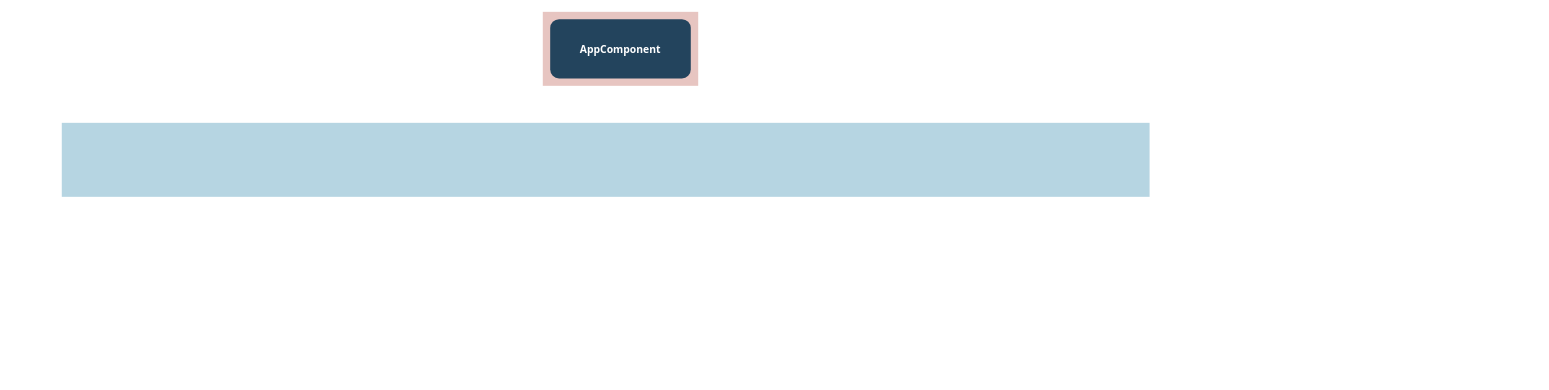
Earlier version of the draw.io diagram Diagrama de componentes Angular.drawio (diegorus92/CalculadoraSueldoGuardias). Source tidied: cells renumbered, new cells numbered last; positions are measured from the earlier drawing's top-left corner, leaving out a move shared by most shapes. Both pictures are drawn from the tidied source at 74%, with x=0, y=0 at pixel (61, 12).
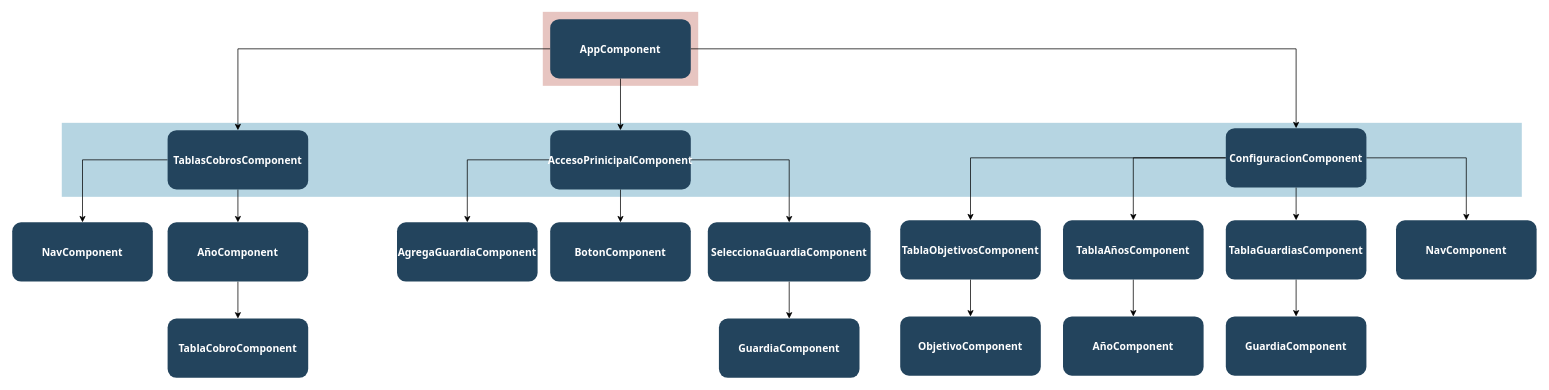
After the change.

Commit message (it also covers changes not shown here):
diagrama actualizado y configuración actualizada

Unchanged cells that the change refers to:
```xml
<mxCell id="4" value="AppComponent" style="rounded=1;fillColor=#23445D;gradientColor=none;strokeColor=none;fontColor=#FFFFFF;fontStyle=1;fontFamily=Tahoma;fontSize=14;" parent="1" vertex="1">
  <mxGeometry x="660" y="9.5" width="190" height="80" as="geometry" />
</mxCell>
```

Change to the diagram source:
```diff
@@
     <mxCell id="3" style="fillColor=#10739E;strokeColor=none;opacity=30;" parent="1" vertex="1">
-      <mxGeometry y="149.5" width="1470" height="100" as="geometry" />
+      <mxGeometry y="149.5" width="1973" height="100" as="geometry" />
     </mxCell>
+    <mxCell id="5" style="edgeStyle=orthogonalEdgeStyle;rounded=0;jettySize=auto;html=1;exitX=0.5;exitY=1;exitDx=0;exitDy=0;" parent="1" edge="1" source="4" target="11">
+      <mxGeometry relative="1" as="geometry" />
+    </mxCell>
+    <mxCell id="6" style="edgeStyle=orthogonalEdgeStyle;rounded=0;jettySize=auto;html=1;exitX=0;exitY=0.5;exitDx=0;exitDy=0;entryX=0.5;entryY=0;entryDx=0;entryDy=0;" parent="1" edge="1" source="4" target="19">
+      <mxGeometry relative="1" as="geometry" />
+    </mxCell>
+    <mxCell id="7" style="edgeStyle=orthogonalEdgeStyle;rounded=0;jettySize=auto;html=1;exitX=1;exitY=0.5;exitDx=0;exitDy=0;entryX=0.5;entryY=0;entryDx=0;entryDy=0;" parent="1" edge="1" source="4" target="28">
+      <mxGeometry relative="1" as="geometry" />
+    </mxCell>
@@
+    <mxCell id="8" style="edgeStyle=orthogonalEdgeStyle;rounded=0;jettySize=auto;html=1;exitX=0.5;exitY=1;exitDx=0;exitDy=0;entryX=0.5;entryY=0;entryDx=0;entryDy=0;" parent="1" edge="1" source="11" target="12">
+      <mxGeometry relative="1" as="geometry" />
+    </mxCell>
+    <mxCell id="9" style="edgeStyle=orthogonalEdgeStyle;rounded=0;jettySize=auto;html=1;exitX=0;exitY=0.5;exitDx=0;exitDy=0;" parent="1" edge="1" source="11" target="13">
+      <mxGeometry relative="1" as="geometry" />
+    </mxCell>
+    <mxCell id="10" style="edgeStyle=orthogonalEdgeStyle;rounded=0;jettySize=auto;html=1;exitX=1;exitY=0.5;exitDx=0;exitDy=0;" parent="1" edge="1" source="11" target="15">
+      <mxGeometry relative="1" as="geometry" />
+    </mxCell>
+    <mxCell id="11" value="AccesoPrinicipalComponent" style="rounded=1;fillColor=#23445D;gradientColor=none;strokeColor=none;fontColor=#FFFFFF;fontStyle=1;fontFamily=Tahoma;fontSize=14;" parent="1" vertex="1">
+      <mxGeometry x="660" y="159.5" width="190" height="80" as="geometry" />
+    </mxCell>
+    <mxCell id="12" value="BotonComponent" style="rounded=1;fillColor=#23445D;gradientColor=none;strokeColor=none;fontColor=#FFFFFF;fontStyle=1;fontFamily=Tahoma;fontSize=14;" parent="1" vertex="1">
+      <mxGeometry x="660" y="284" width="190" height="80" as="geometry" />
+    </mxCell>
+    <mxCell id="13" value="AgregaGuardiaComponent" style="rounded=1;fillColor=#23445D;gradientColor=none;strokeColor=none;fontColor=#FFFFFF;fontStyle=1;fontFamily=Tahoma;fontSize=14;" parent="1" vertex="1">
+      <mxGeometry x="453" y="284" width="190" height="80" as="geometry" />
+    </mxCell>
+    <mxCell id="14" style="edgeStyle=orthogonalEdgeStyle;rounded=0;jettySize=auto;html=1;exitX=0.5;exitY=1;exitDx=0;exitDy=0;entryX=0.5;entryY=0;entryDx=0;entryDy=0;" parent="1" edge="1" source="15" target="16">
+      <mxGeometry relative="1" as="geometry" />
+    </mxCell>
+    <mxCell id="15" value="SeleccionaGuardiaComponent" style="rounded=1;fillColor=#23445D;gradientColor=none;strokeColor=none;fontColor=#FFFFFF;fontStyle=1;fontFamily=Tahoma;fontSize=14;" parent="1" vertex="1">
+      <mxGeometry x="873" y="284" width="220" height="80" as="geometry" />
+    </mxCell>
+    <mxCell id="16" value="GuardiaComponent" style="rounded=1;fillColor=#23445D;gradientColor=none;strokeColor=none;fontColor=#FFFFFF;fontStyle=1;fontFamily=Tahoma;fontSize=14;" parent="1" vertex="1">
+      <mxGeometry x="888" y="414" width="190" height="80" as="geometry" />
+    </mxCell>
+    <mxCell id="17" style="edgeStyle=orthogonalEdgeStyle;rounded=0;jettySize=auto;html=1;exitX=0.5;exitY=1;exitDx=0;exitDy=0;" parent="1" edge="1" source="19" target="21">
+      <mxGeometry relative="1" as="geometry" />
+    </mxCell>
+    <mxCell id="18" style="edgeStyle=orthogonalEdgeStyle;rounded=0;jettySize=auto;html=1;exitX=0;exitY=0.5;exitDx=0;exitDy=0;entryX=0.5;entryY=0;entryDx=0;entryDy=0;" parent="1" edge="1" source="19" target="23">
+      <mxGeometry relative="1" as="geometry" />
+    </mxCell>
+    <mxCell id="19" value="TablasCobrosComponent" style="rounded=1;fillColor=#23445D;gradientColor=none;strokeColor=none;fontColor=#FFFFFF;fontStyle=1;fontFamily=Tahoma;fontSize=14;" parent="1" vertex="1">
+      <mxGeometry x="143" y="159.5" width="190" height="80" as="geometry" />
+    </mxCell>
+    <mxCell id="20" style="edgeStyle=orthogonalEdgeStyle;rounded=0;jettySize=auto;html=1;exitX=0.5;exitY=1;exitDx=0;exitDy=0;entryX=0.5;entryY=0;entryDx=0;entryDy=0;" parent="1" edge="1" source="21" target="22">
+      <mxGeometry relative="1" as="geometry" />
+    </mxCell>
+    <mxCell id="21" value="AñoComponent" style="rounded=1;fillColor=#23445D;gradientColor=none;strokeColor=none;fontColor=#FFFFFF;fontStyle=1;fontFamily=Tahoma;fontSize=14;" parent="1" vertex="1">
+      <mxGeometry x="143" y="284" width="190" height="80" as="geometry" />
+    </mxCell>
+    <mxCell id="22" value="TablaCobroComponent" style="rounded=1;fillColor=#23445D;gradientColor=none;strokeColor=none;fontColor=#FFFFFF;fontStyle=1;fontFamily=Tahoma;fontSize=14;" parent="1" vertex="1">
+      <mxGeometry x="143" y="414" width="190" height="80" as="geometry" />
+    </mxCell>
+    <mxCell id="23" value="NavComponent" style="rounded=1;fillColor=#23445D;gradientColor=none;strokeColor=none;fontColor=#FFFFFF;fontStyle=1;fontFamily=Tahoma;fontSize=14;" parent="1" vertex="1">
+      <mxGeometry x="-67" y="284" width="190" height="80" as="geometry" />
+    </mxCell>
+    <mxCell id="24" style="edgeStyle=orthogonalEdgeStyle;rounded=0;jettySize=auto;html=1;exitX=1;exitY=0.5;exitDx=0;exitDy=0;entryX=0.5;entryY=0;entryDx=0;entryDy=0;" parent="1" edge="1" source="28" target="29">
+      <mxGeometry relative="1" as="geometry" />
+    </mxCell>
+    <mxCell id="25" style="edgeStyle=orthogonalEdgeStyle;rounded=0;jettySize=auto;html=1;exitX=0.5;exitY=1;exitDx=0;exitDy=0;entryX=0.5;entryY=0;entryDx=0;entryDy=0;" parent="1" edge="1" source="28" target="31">
+      <mxGeometry relative="1" as="geometry" />
+    </mxCell>
+    <mxCell id="26" style="edgeStyle=orthogonalEdgeStyle;rounded=0;jettySize=auto;html=1;exitX=0;exitY=0.5;exitDx=0;exitDy=0;entryX=0.5;entryY=0;entryDx=0;entryDy=0;" parent="1" edge="1" source="28" target="34">
+      <mxGeometry relative="1" as="geometry" />
+    </mxCell>
+    <mxCell id="27" style="edgeStyle=orthogonalEdgeStyle;rounded=0;jettySize=auto;html=1;exitX=0;exitY=0.5;exitDx=0;exitDy=0;" parent="1" edge="1" source="28" target="37">
+      <mxGeometry relative="1" as="geometry" />
+    </mxCell>
+    <mxCell id="28" value="ConfiguracionComponent" style="rounded=1;fillColor=#23445D;gradientColor=none;strokeColor=none;fontColor=#FFFFFF;fontStyle=1;fontFamily=Tahoma;fontSize=14;" parent="1" vertex="1">
+      <mxGeometry x="1573" y="156.8" width="190" height="80" as="geometry" />
+    </mxCell>
+    <mxCell id="29" value="NavComponent" style="rounded=1;fillColor=#23445D;gradientColor=none;strokeColor=none;fontColor=#FFFFFF;fontStyle=1;fontFamily=Tahoma;fontSize=14;" parent="1" vertex="1">
+      <mxGeometry x="1803" y="281.2" width="190" height="80" as="geometry" />
+    </mxCell>
+    <mxCell id="30" style="edgeStyle=orthogonalEdgeStyle;rounded=0;jettySize=auto;html=1;exitX=0.5;exitY=1;exitDx=0;exitDy=0;entryX=0.5;entryY=0;entryDx=0;entryDy=0;" parent="1" edge="1" source="31" target="32">
+      <mxGeometry relative="1" as="geometry" />
+    </mxCell>
+    <mxCell id="31" value="TablaGuardiasComponent" style="rounded=1;fillColor=#23445D;gradientColor=none;strokeColor=none;fontColor=#FFFFFF;fontStyle=1;fontFamily=Tahoma;fontSize=14;" parent="1" vertex="1">
+      <mxGeometry x="1573" y="281.2" width="190" height="80" as="geometry" />
+    </mxCell>
+    <mxCell id="32" value="GuardiaComponent" style="rounded=1;fillColor=#23445D;gradientColor=none;strokeColor=none;fontColor=#FFFFFF;fontStyle=1;fontFamily=Tahoma;fontSize=14;" parent="1" vertex="1">
+      <mxGeometry x="1573" y="411.2" width="190" height="80" as="geometry" />
+    </mxCell>
+    <mxCell id="33" style="edgeStyle=orthogonalEdgeStyle;rounded=0;jettySize=auto;html=1;exitX=0.5;exitY=1;exitDx=0;exitDy=0;entryX=0.5;entryY=0;entryDx=0;entryDy=0;" parent="1" edge="1" source="34" target="35">
+      <mxGeometry relative="1" as="geometry" />
+    </mxCell>
+    <mxCell id="34" value="TablaAñosComponent" style="rounded=1;fillColor=#23445D;gradientColor=none;strokeColor=none;fontColor=#FFFFFF;fontStyle=1;fontFamily=Tahoma;fontSize=14;" parent="1" vertex="1">
+      <mxGeometry x="1353" y="281.2" width="190" height="80" as="geometry" />
+    </mxCell>
+    <mxCell id="35" value="AñoComponent" style="rounded=1;fillColor=#23445D;gradientColor=none;strokeColor=none;fontColor=#FFFFFF;fontStyle=1;fontFamily=Tahoma;fontSize=14;" parent="1" vertex="1">
+      <mxGeometry x="1353" y="411.2" width="190" height="80" as="geometry" />
+    </mxCell>
+    <mxCell id="36" style="edgeStyle=orthogonalEdgeStyle;rounded=0;jettySize=auto;html=1;exitX=0.5;exitY=1;exitDx=0;exitDy=0;entryX=0.5;entryY=0;entryDx=0;entryDy=0;" parent="1" edge="1" source="37" target="38">
+      <mxGeometry relative="1" as="geometry" />
+    </mxCell>
+    <mxCell id="37" value="TablaObjetivosComponent" style="rounded=1;fillColor=#23445D;gradientColor=none;strokeColor=none;fontColor=#FFFFFF;fontStyle=1;fontFamily=Tahoma;fontSize=14;" parent="1" vertex="1">
+      <mxGeometry x="1133" y="281.2" width="190" height="80" as="geometry" />
+    </mxCell>
+    <mxCell id="38" value="ObjetivoComponent" style="rounded=1;fillColor=#23445D;gradientColor=none;strokeColor=none;fontColor=#FFFFFF;fontStyle=1;fontFamily=Tahoma;fontSize=14;" parent="1" vertex="1">
+      <mxGeometry x="1133" y="411.2" width="190" height="80" as="geometry" />
+    </mxCell>
```
